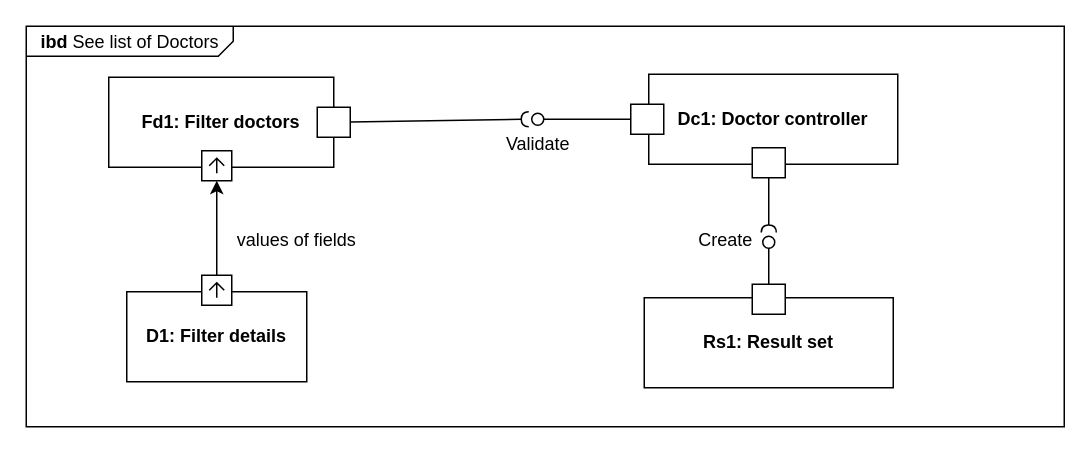
The draw.io diagram Diagrams/Development/IBD 7 - See Doctors.drawio in RafaelCMira/myclinic-msp-project, before the edit. Source tidied: cells renumbered, new cells numbered last; positions are measured from the earlier drawing's top-left corner, leaving out a move shared by most shapes. Both pictures are drawn from the tidied source at 150%, with x=0, y=0 at pixel (26, 26).
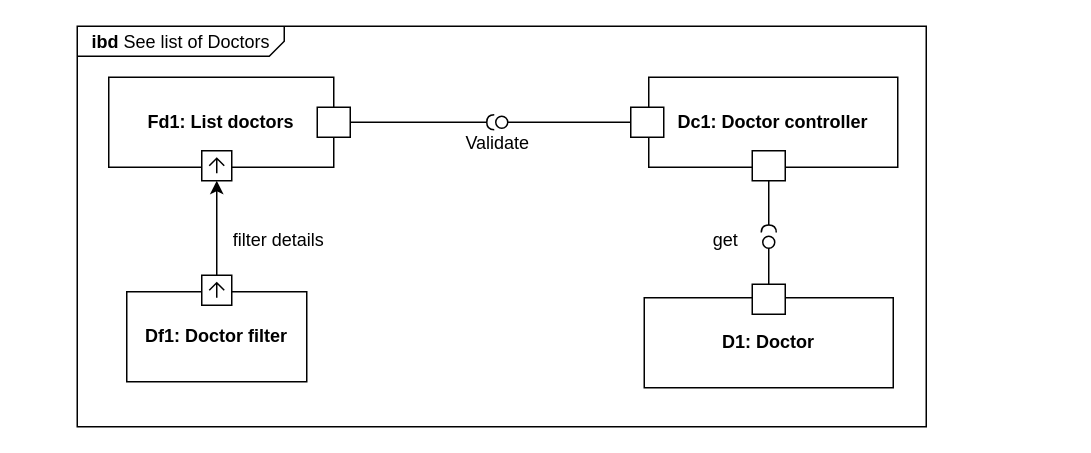
Above is the later version.

The change refers to these unchanged cells:
```xml
<mxCell id="4" style="group;" parent="1" vertex="1">
  <mxGeometry x="67" y="166" width="120" height="71" as="geometry" />
</mxCell>
<mxCell id="18" style="group;" parent="1" vertex="1">
  <mxGeometry x="55" y="34" width="161" height="69" as="geometry" />
</mxCell>
<mxCell id="26" style="group;" parent="1" vertex="1">
  <mxGeometry x="412" y="172" width="166" height="69" as="geometry" />
</mxCell>
```

Change to the diagram source:
```diff
@@
     <mxCell id="2" value="&lt;p style=&quot;margin:0px;margin-top:4px;margin-left:10px;text-align:left;&quot;&gt;&lt;b&gt;ibd&lt;/b&gt;&amp;nbsp;See list of Doctors&lt;/p&gt;" style="html=1;shape=mxgraph.sysml.package;labelX=138;align=left;spacingLeft=10;html=1;overflow=fill;whiteSpace=wrap;" parent="1" vertex="1">
-      <mxGeometry width="692" height="267" as="geometry" />
+      <mxGeometry x="34" width="566" height="267" as="geometry" />
     </mxCell>
@@
-    <mxCell id="5" value="&lt;b&gt;D1: Filter details&lt;/b&gt;" style="rounded=0;whiteSpace=wrap;html=1;fillColor=none;" parent="4" vertex="1">
+    <mxCell id="5" value="&lt;b&gt;Df1: Doctor filter&lt;/b&gt;" style="rounded=0;whiteSpace=wrap;html=1;fillColor=none;" parent="4" vertex="1">
       <mxGeometry y="11" width="120" height="60" as="geometry" />
     </mxCell>
@@
-    <mxCell id="7" value="values of fields" style="text;html=1;align=center;verticalAlign=middle;strokeColor=none;fillColor=none;" parent="1" vertex="1">
-      <mxGeometry x="130" y="128" width="100" height="30" as="geometry" />
+    <mxCell id="7" value="filter details" style="text;html=1;align=center;verticalAlign=middle;strokeColor=none;fillColor=none;" parent="1" vertex="1">
+      <mxGeometry x="128" y="130" width="79" height="26" as="geometry" />
     </mxCell>
@@
     <mxCell id="9" style="ellipse;html=1;fontSize=11;align=center;fillColor=none;points=[];verticalAlign=bottom;labelPosition=center;verticalLabelPosition=top;flipH=1;" parent="1" vertex="1">
-      <mxGeometry x="337" y="58" width="8" height="8" as="geometry" />
+      <mxGeometry x="313" y="60" width="8" height="8" as="geometry" />
     </mxCell>
@@
     <mxCell id="11" style="shape=requiredInterface;html=1;fontSize=11;align=center;fillColor=none;points=[];verticalAlign=bottom;labelPosition=center;verticalLabelPosition=top;flipH=1;rotation=0;" parent="1" vertex="1">
-      <mxGeometry x="330" y="57" width="5" height="10" as="geometry" />
+      <mxGeometry x="307" y="59" width="5" height="10" as="geometry" />
     </mxCell>
     <mxCell id="12" value="Validate" style="text;html=1;align=center;verticalAlign=middle;strokeColor=none;fillColor=none;" parent="1" vertex="1">
-      <mxGeometry x="311" y="66" width="60" height="26" as="geometry" />
+      <mxGeometry x="284" y="65" width="60" height="26" as="geometry" />
     </mxCell>
@@
-    <mxCell id="17" value="Create" style="text;html=1;align=center;verticalAlign=middle;strokeColor=none;fillColor=none;" parent="1" vertex="1">
-      <mxGeometry x="438.5" y="130" width="54" height="26" as="geometry" />
+    <mxCell id="17" value="get" style="text;html=1;align=center;verticalAlign=middle;strokeColor=none;fillColor=none;" parent="1" vertex="1">
+      <mxGeometry x="448.5" y="130" width="35" height="26" as="geometry" />
     </mxCell>
@@
-    <mxCell id="19" value="&lt;b&gt;Fd1: Filter doctors&lt;/b&gt;" style="rounded=0;whiteSpace=wrap;html=1;fillColor=none;" parent="18" vertex="1">
+    <mxCell id="19" value="&lt;b&gt;Fd1: List doctors&lt;/b&gt;" style="rounded=0;whiteSpace=wrap;html=1;fillColor=none;" parent="18" vertex="1">
       <mxGeometry width="150" height="60" as="geometry" />
     </mxCell>
@@
     <mxCell id="22" style="group;" parent="1" vertex="1">
-      <mxGeometry x="403" y="32" width="178" height="69" as="geometry" />
+      <mxGeometry x="403" y="34" width="178" height="69" as="geometry" />
     </mxCell>
@@
-    <mxCell id="27" value="&lt;b&gt;Rs1: Result set&lt;/b&gt;" style="rounded=0;whiteSpace=wrap;html=1;fillColor=none;" parent="26" vertex="1">
+    <mxCell id="27" value="&lt;b&gt;D1: Doctor&lt;/b&gt;" style="rounded=0;whiteSpace=wrap;html=1;fillColor=none;" parent="26" vertex="1">
       <mxGeometry y="9" width="166" height="60" as="geometry" />
     </mxCell>
```
